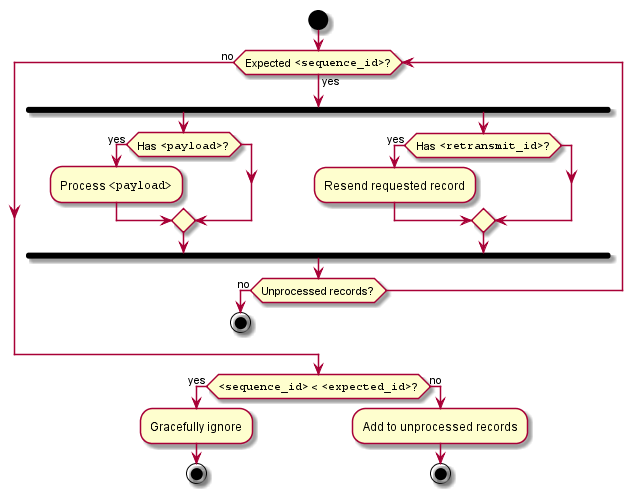
The PlantUML diagram specification/e2e-message-exchange/processing-received-records.png in BroadbandForum/usp, before a commit. The source it was exported from:
```plantuml
@startuml
start
while (Expected ""<sequence_id>""?) is (yes)
fork
if (Has ""<payload>""?) then (yes)
:Process ""<payload>"";
endif
fork again
if (Has ""<retransmit_id>""?) then (yes)
:Resend requested record;
endif
end fork
if (Unprocessed records?) then (no)
stop
endif
endwhile (no)
if (""<sequence_id>"" < ""<expected_id>""?) then (yes)
:Gracefully ignore;
stop
else (no)
:Add to unprocessed records;
stop
@enduml
```
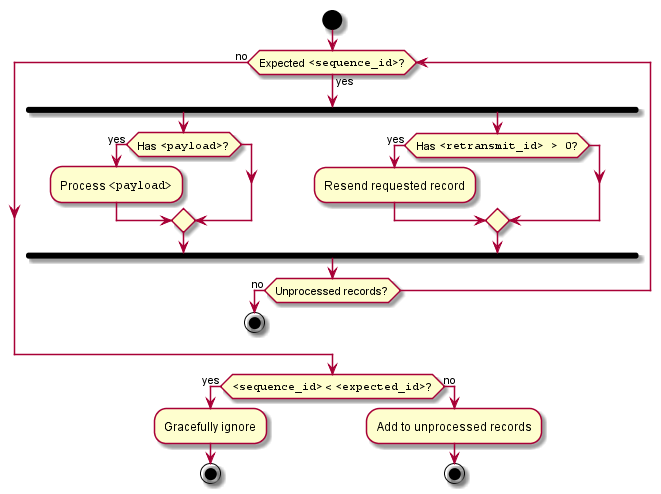
The same file after the commit.

Change to the diagram source:
```diff
@@ -6,7 +6,7 @@
 :Process ""<payload>"";
 endif
 fork again
-if (Has ""<retransmit_id>""?) then (yes)
+if (Has ""<retransmit_id> > 0""?) then (yes)
 :Resend requested record;
 endif
 end fork
```
